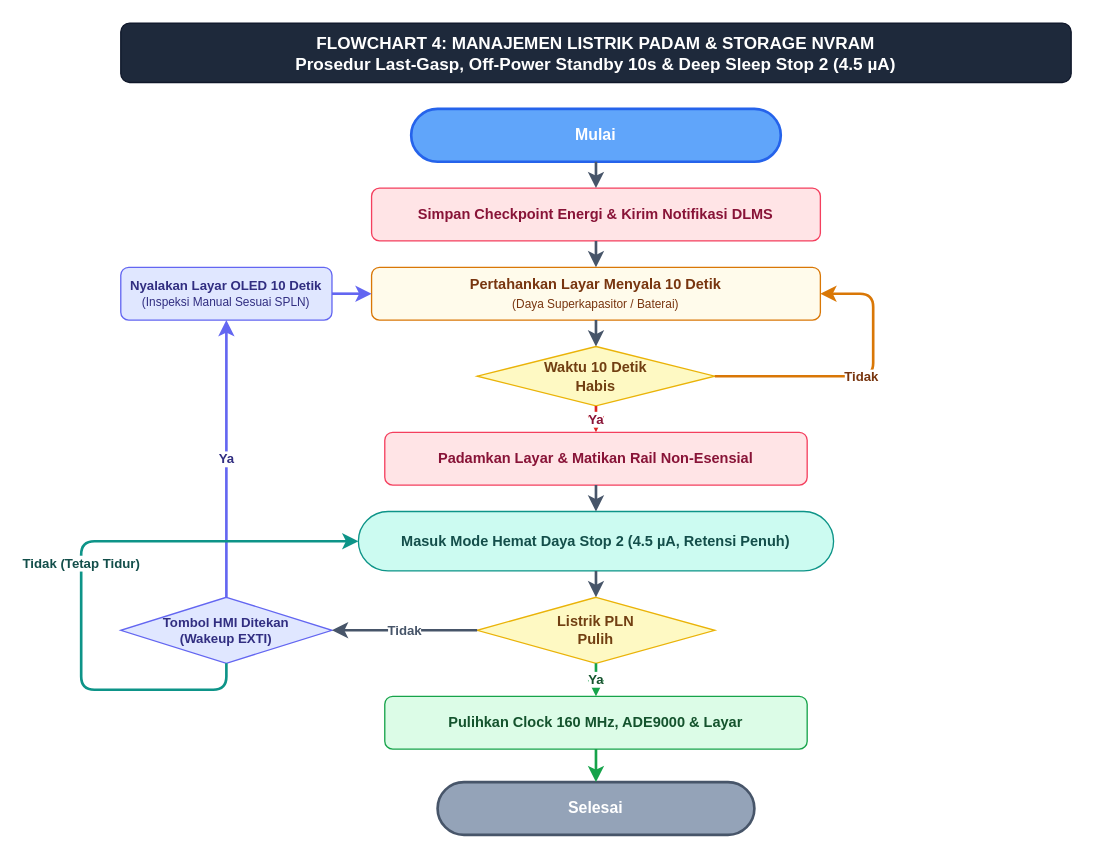
Earlier version of the draw.io diagram page "4. Listrik Padam & Stop 2" (4 of 4) of docs/e3_modular_flowcharts.drawio (Kevla27/ALLIN). Source tidied: cells renumbered, new cells numbered last; positions are measured from the earlier drawing's top-left corner, leaving out a move shared by most shapes. Both pictures are drawn from the tidied source at 132%, with x=0, y=0 at pixel (81, 22).
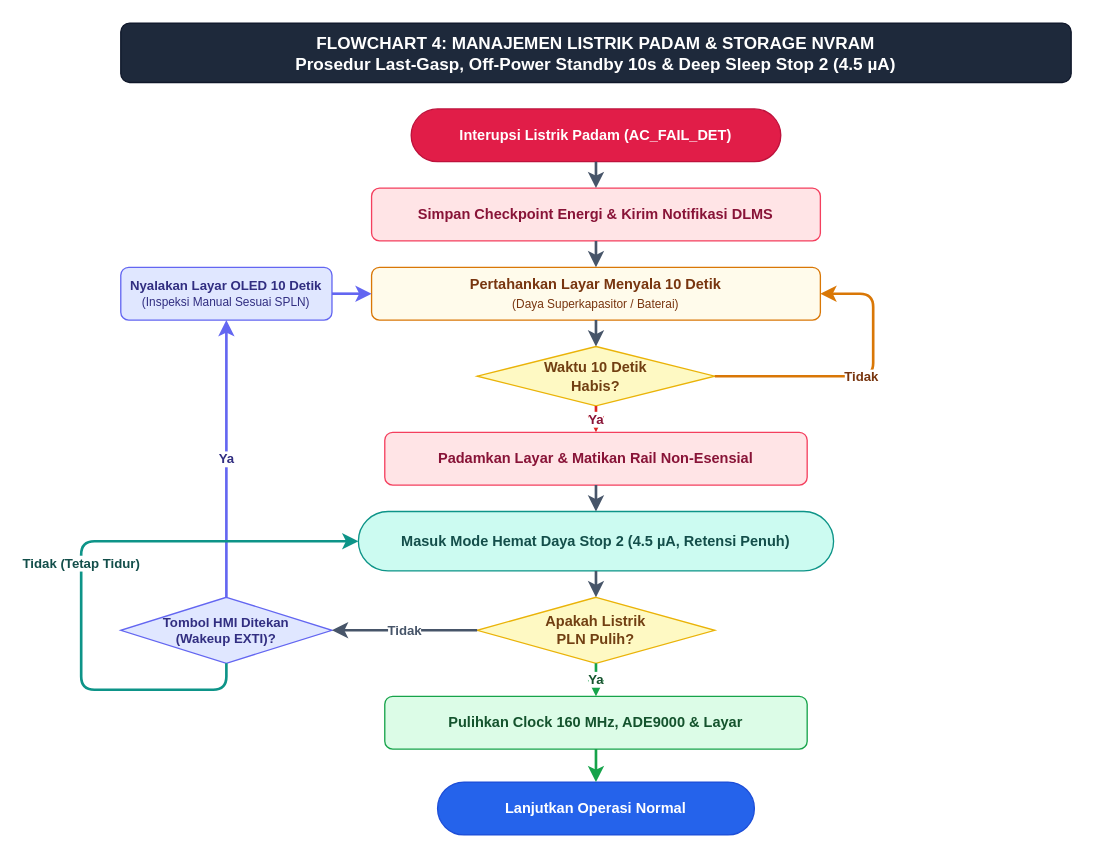
After the change.

What changed in the source:
```diff
@@
-    <mxCell id="3" value="&lt;b&gt;Mulai&lt;/b&gt;" style="rounded=1;arcSize=50;whiteSpace=wrap;html=1;fillColor=#60a5fa;strokeColor=#2563eb;strokeWidth=2;fontColor=#ffffff;fontSize=12;fontFamily=Helvetica;align=center;" parent="1" vertex="1">
+    <mxCell id="3" value="&lt;b&gt;Interupsi Listrik Padam (AC_FAIL_DET)&lt;/b&gt;" style="rounded=1;arcSize=50;whiteSpace=wrap;html=1;fillColor=#e11d48;strokeColor=#be123c;fontColor=#ffffff;fontStyle=1;fontSize=11;align=center;" parent="1" vertex="1">
       <mxGeometry x="250" y="65" width="280" height="40" as="geometry" />
     </mxCell>
@@
-    <mxCell id="6" value="&lt;b&gt;Waktu 10 Detik&lt;br/&gt;Habis&lt;/b&gt;" style="rhombus;whiteSpace=wrap;html=1;fillColor=#fef9c3;strokeColor=#eab308;fontColor=#713f12;fontStyle=1;fontSize=11;align=center;" parent="1" vertex="1">
+    <mxCell id="6" value="&lt;b&gt;Waktu 10 Detik&lt;br/&gt;Habis?&lt;/b&gt;" style="rhombus;whiteSpace=wrap;html=1;fillColor=#fef9c3;strokeColor=#eab308;fontColor=#713f12;fontStyle=1;fontSize=11;align=center;" parent="1" vertex="1">
       <mxGeometry x="300" y="245" width="180" height="45" as="geometry" />
     </mxCell>
@@
-    <mxCell id="9" value="&lt;b&gt;Listrik PLN&lt;br/&gt;Pulih&lt;/b&gt;" style="rhombus;whiteSpace=wrap;html=1;fillColor=#fef9c3;strokeColor=#eab308;fontColor=#713f12;fontStyle=1;fontSize=11;align=center;" parent="1" vertex="1">
+    <mxCell id="9" value="&lt;b&gt;Apakah Listrik&lt;br/&gt;PLN Pulih?&lt;/b&gt;" style="rhombus;whiteSpace=wrap;html=1;fillColor=#fef9c3;strokeColor=#eab308;fontColor=#713f12;fontStyle=1;fontSize=11;align=center;" parent="1" vertex="1">
       <mxGeometry x="300" y="435" width="180" height="50" as="geometry" />
     </mxCell>
-    <mxCell id="10" value="&lt;b&gt;Tombol HMI Ditekan&lt;br/&gt;(Wakeup EXTI)&lt;/b&gt;" style="rhombus;whiteSpace=wrap;html=1;fillColor=#e0e7ff;strokeColor=#6366f1;fontColor=#312e81;fontStyle=1;fontSize=10;align=center;" parent="1" vertex="1">
+    <mxCell id="10" value="&lt;b&gt;Tombol HMI Ditekan&lt;br/&gt;(Wakeup EXTI)?&lt;/b&gt;" style="rhombus;whiteSpace=wrap;html=1;fillColor=#e0e7ff;strokeColor=#6366f1;fontColor=#312e81;fontStyle=1;fontSize=10;align=center;" parent="1" vertex="1">
       <mxGeometry x="30" y="435" width="160" height="50" as="geometry" />
     </mxCell>
@@
-    <mxCell id="13" value="&lt;b&gt;Selesai&lt;/b&gt;" style="rounded=1;arcSize=50;whiteSpace=wrap;html=1;fillColor=#94a3b8;strokeColor=#475569;strokeWidth=2;fontColor=#ffffff;fontSize=12;fontFamily=Helvetica;align=center;" parent="1" vertex="1">
+    <mxCell id="13" value="&lt;b&gt;Lanjutkan Operasi Normal&lt;/b&gt;" style="rounded=1;arcSize=50;whiteSpace=wrap;html=1;fillColor=#2563eb;strokeColor=#1d4ed8;fontColor=#ffffff;fontStyle=1;fontSize=11;align=center;" parent="1" vertex="1">
       <mxGeometry x="270" y="575" width="240" height="40" as="geometry" />
     </mxCell>
```
